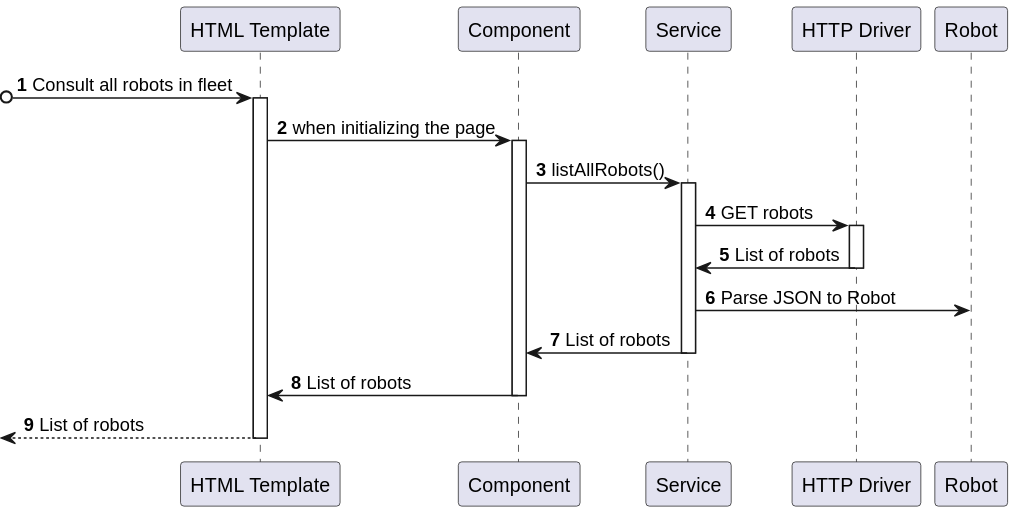
Before: Visualization/docs/US_1030/Diagrams/Level3/ProcessView.svg, a diagram exported from PlantUML (Pedro-Pereira1/sem5pi_23_24_g056_Visualization). Source of this version:
```plantuml
@startuml ProcessView

autonumber

participant "HTML Template" as Template
participant Component
participant Service
participant "HTTP Driver" as Driver
participant Robot


?o-> Template: Consult all robots in fleet
activate Template
Template-> Component: when initializing the page
activate Component
Component -> Service: listAllRobots()
activate Service
Service -> Driver: GET robots
activate Driver
Driver -> Service: List of robots
deactivate Driver
Service -> Robot: Parse JSON to Robot
Service -> Component: List of robots
deactivate Service
Component -> Template: List of robots
deactivate Component
<-- Template: List of robots
deactivate Template


@enduml
```
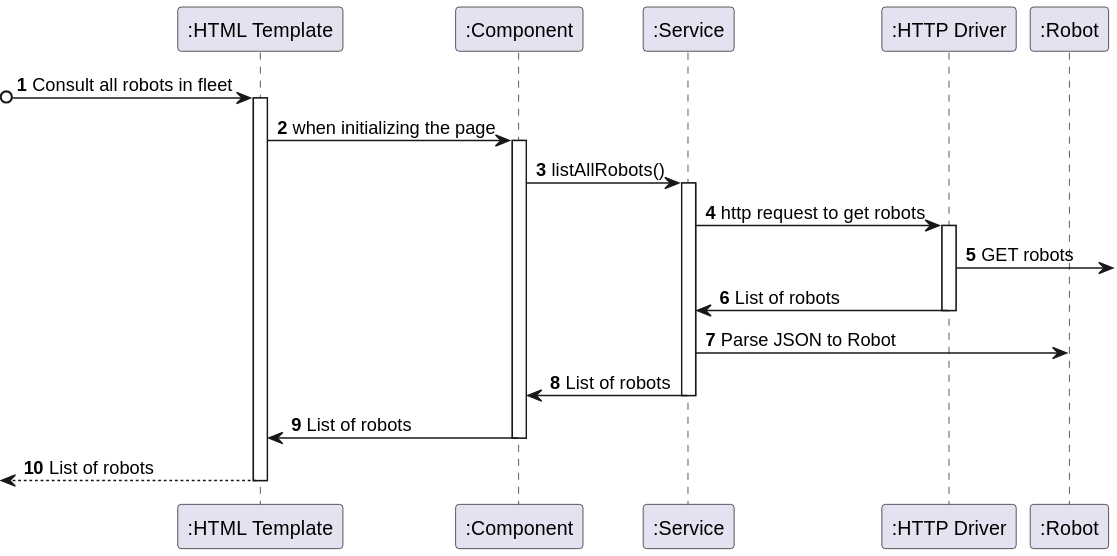
The same diagram one commit later.

Commit message:
Updated physical and process views and added demo video of integration of US1030

Diff of the diagram source:
```diff
@@ -2,11 +2,11 @@
 
 autonumber
 
-participant "HTML Template" as Template
-participant Component
-participant Service
-participant "HTTP Driver" as Driver
-participant Robot
+participant ":HTML Template" as Template
+participant ":Component" as Component
+participant ":Service" as Service
+participant ":HTTP Driver" as Driver
+participant ":Robot" as Robot
 
 
 ?o-> Template: Consult all robots in fleet
@@ -15,8 +15,9 @@
 activate Component
 Component -> Service: listAllRobots()
 activate Service
-Service -> Driver: GET robots
+Service -> Driver: http request to get robots
 activate Driver
+Driver ->: GET robots
 Driver -> Service: List of robots
 deactivate Driver
 Service -> Robot: Parse JSON to Robot
```
